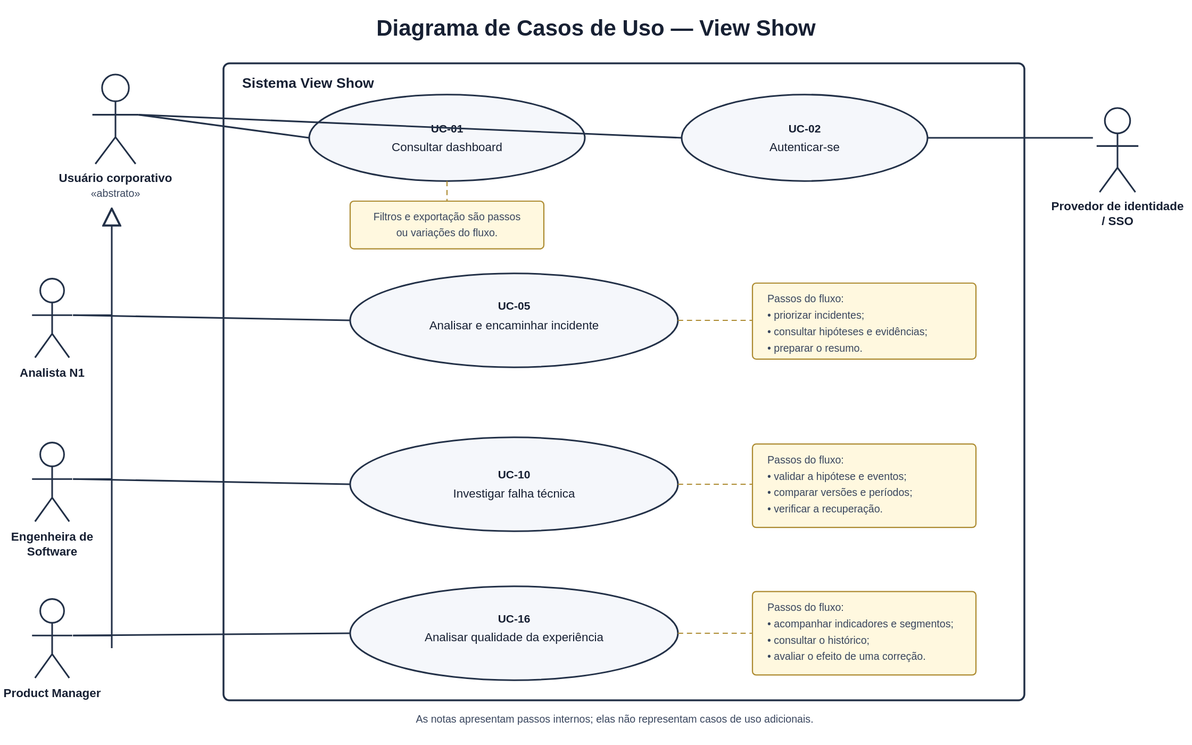
Above: assets/modelagem/casos-de-uso.svg in guedesrayssa/viewshow-ai-observability (PlantUML), before the change. Its source is kept beside it as assets/modelagem/casos-de-uso.puml. The source it was exported from:
```plantuml
@startuml
title Diagrama de Casos de Uso — View Show
left to right direction

skinparam backgroundColor white
skinparam shadowing false
skinparam defaultFontName Arial
skinparam actorStyle awesome
skinparam packageStyle rectangle
skinparam usecase {
  BackgroundColor #F5F7FB
  BorderColor #233148
  FontColor #172033
}

actor "Usuário\ncorporativo" as Usuario <<abstract>>
actor "Analista de Atendimento\nTécnico N1" as N1
actor "Engenheira de\nSoftware" as Engenharia
actor "Product Manager" as PM
actor "Provedor de\nidentidade / SSO" as SSO

N1 --|> Usuario
Engenharia --|> Usuario
PM --|> Usuario

rectangle "Sistema View Show" {
  usecase "UC-01\nConsultar dashboard" as UC01
  usecase "UC-02\nAutenticar-se" as UC02
  usecase "UC-05\nAnalisar e encaminhar\nincidente" as UC05
  usecase "UC-10\nInvestigar falha técnica" as UC10
  usecase "UC-16\nAnalisar qualidade\nda experiência" as UC16

  note bottom of UC01
    Filtros e exportação são
    passos ou variações do fluxo.
  end note
  note right of UC05
    Priorizar incidentes, consultar
    hipóteses e evidências e preparar
    o resumo compõem o fluxo.
  end note
  note right of UC10
    Validar hipótese, inspecionar
    eventos, comparar períodos e
    verificar recuperação compõem o fluxo.
  end note
  note right of UC16
    Indicadores, segmentos, histórico e
    avaliação após correção compõem o fluxo.
  end note
}

Usuario --> UC01
Usuario --> UC02
SSO --> UC02
N1 --> UC05
Engenharia --> UC10
PM --> UC16

UC01 -[hidden]down- UC05
UC05 -[hidden]down- UC10
UC10 -[hidden]down- UC16
@enduml
```
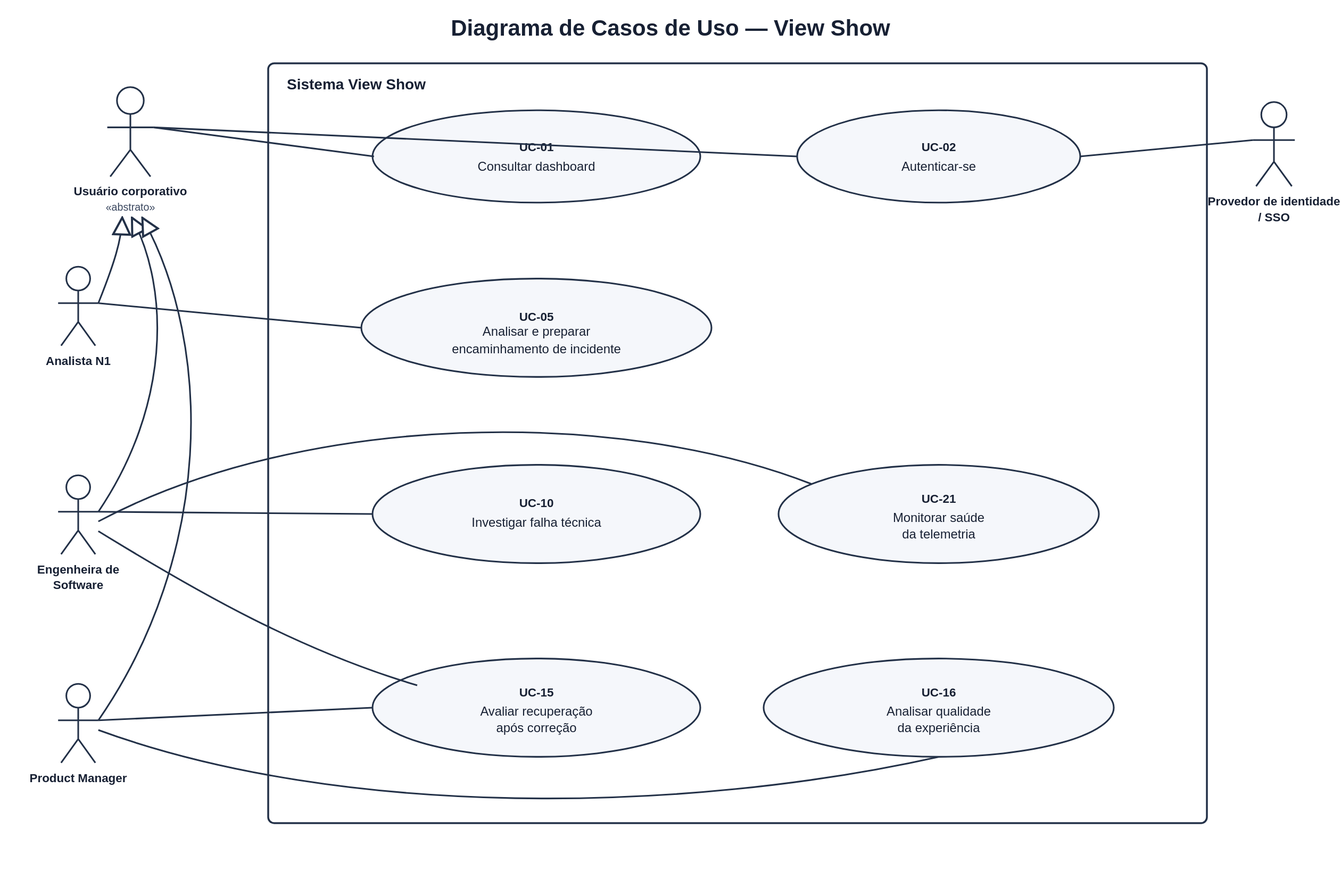
The same file after the commit.

Commit message:
docs: reestruturar casos de uso conforme Larman

What changed in the source:
```diff
@@ -26,38 +26,26 @@
 rectangle "Sistema View Show" {
   usecase "UC-01\nConsultar dashboard" as UC01
   usecase "UC-02\nAutenticar-se" as UC02
-  usecase "UC-05\nAnalisar e encaminhar\nincidente" as UC05
+  usecase "UC-05\nAnalisar e preparar\nencaminhamento de incidente" as UC05
   usecase "UC-10\nInvestigar falha técnica" as UC10
+  usecase "UC-15\nAvaliar recuperação\napós correção" as UC15
   usecase "UC-16\nAnalisar qualidade\nda experiência" as UC16
-
-  note bottom of UC01
-    Filtros e exportação são
-    passos ou variações do fluxo.
-  end note
-  note right of UC05
-    Priorizar incidentes, consultar
-    hipóteses e evidências e preparar
-    o resumo compõem o fluxo.
-  end note
-  note right of UC10
-    Validar hipótese, inspecionar
-    eventos, comparar períodos e
-    verificar recuperação compõem o fluxo.
-  end note
-  note right of UC16
-    Indicadores, segmentos, histórico e
-    avaliação após correção compõem o fluxo.
-  end note
+  usecase "UC-21\nMonitorar saúde\nda telemetria" as UC21
 }
 
-Usuario --> UC01
-Usuario --> UC02
-SSO --> UC02
-N1 --> UC05
-Engenharia --> UC10
-PM --> UC16
+Usuario -- UC01
+Usuario -- UC02
+SSO -- UC02
+N1 -- UC05
+Engenharia -- UC10
+Engenharia -- UC15
+Engenharia -- UC21
+PM -- UC15
+PM -- UC16
 
 UC01 -[hidden]down- UC05
 UC05 -[hidden]down- UC10
-UC10 -[hidden]down- UC16
+UC10 -[hidden]down- UC15
+UC15 -[hidden]right- UC16
+UC16 -[hidden]up- UC21
 @enduml
```
